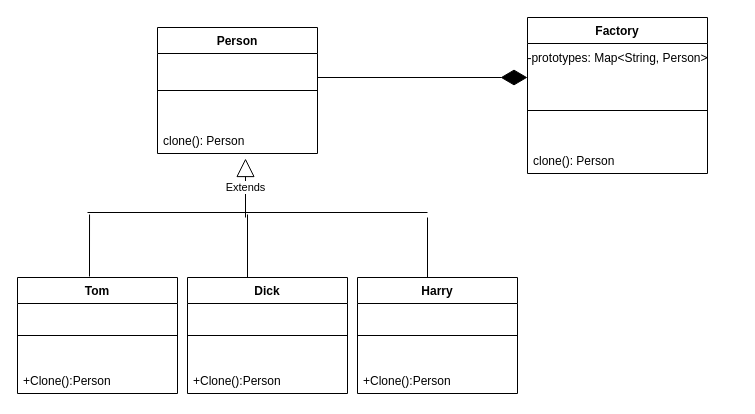
The draw.io diagram prototype.drawio in BelaIsBelaG/PATRON-DE-DISE-O-PROTOTYPE, before the edit. Source tidied: cells renumbered, new cells numbered last; positions are measured from the earlier drawing's top-left corner, leaving out a move shared by most shapes. Both pictures are drawn from the tidied source at 100%, with x=0, y=0 at pixel (17, 17).
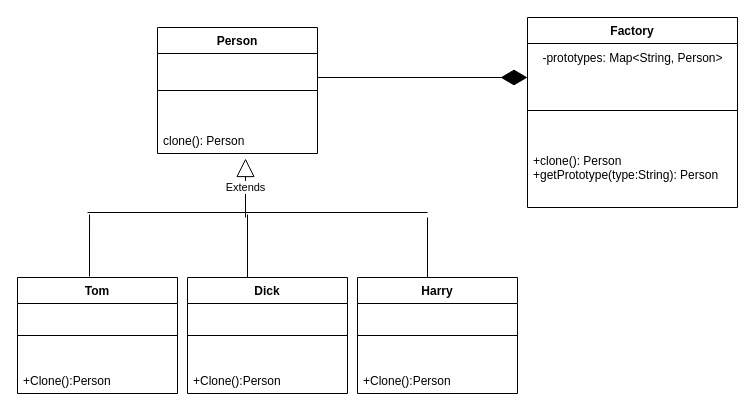
The same diagram, later.

Change to the diagram source:
```diff
@@
     <mxCell id="16" value="Factory" style="swimlane;fontStyle=1;align=center;verticalAlign=top;horizontal=1;startSize=26;whiteSpace=wrap;html=1;" parent="1" vertex="1">
-      <mxGeometry x="510" width="180" height="156" as="geometry" />
+      <mxGeometry x="510" width="210" height="190" as="geometry" />
     </mxCell>
     <mxCell id="17" value="-prototypes: Map&amp;lt;String, Person&amp;gt;" style="text;html=1;align=center;verticalAlign=middle;strokeColor=none;fillColor=none;" parent="16" vertex="1">
-      <mxGeometry y="26" width="180" height="30" as="geometry" />
+      <mxGeometry y="26" width="210" height="30" as="geometry" />
     </mxCell>
     <mxCell id="18" style="line;strokeWidth=1;fillColor=none;align=left;verticalAlign=middle;spacingTop=-1;spacingLeft=3;spacingRight=3;labelPosition=right;strokeColor=inherit;" parent="16" vertex="1">
-      <mxGeometry y="56" width="180" height="74" as="geometry" />
+      <mxGeometry y="56" width="210" height="74" as="geometry" />
     </mxCell>
-    <mxCell id="19" value="clone(): Person" style="text;strokeColor=none;fillColor=none;align=left;verticalAlign=top;spacingLeft=4;spacingRight=4;overflow=hidden;whiteSpace=wrap;html=1;" parent="16" vertex="1">
-      <mxGeometry y="130" width="180" height="26" as="geometry" />
+    <mxCell id="19" value="+clone(): Person&lt;div&gt;+getPrototype(type:String): Person&lt;/div&gt;" style="text;strokeColor=none;fillColor=none;align=left;verticalAlign=top;spacingLeft=4;spacingRight=4;overflow=hidden;whiteSpace=wrap;html=1;" parent="16" vertex="1">
+      <mxGeometry y="130" width="210" height="60" as="geometry" />
     </mxCell>
```
